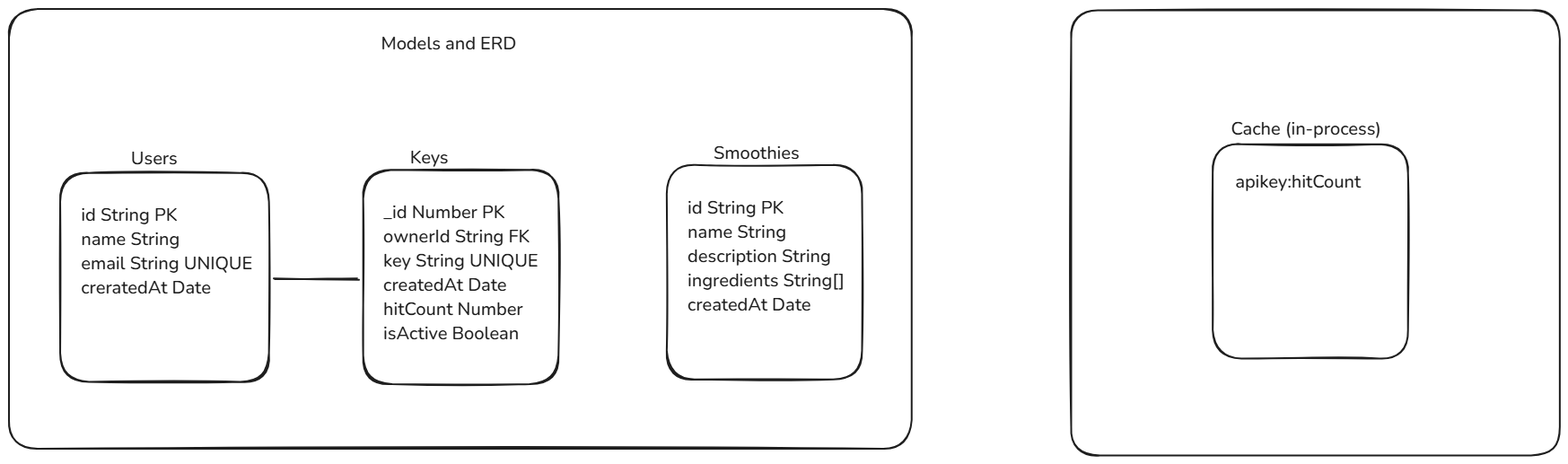
The Excalidraw diagram docs/models_and_erd.excalidraw.png in mrtnstl/smoothie-store, before a commit. Source tidied: one line per element, renumbered; positions are measured from the earlier drawing's top-left corner, leaving out a move shared by most shapes.
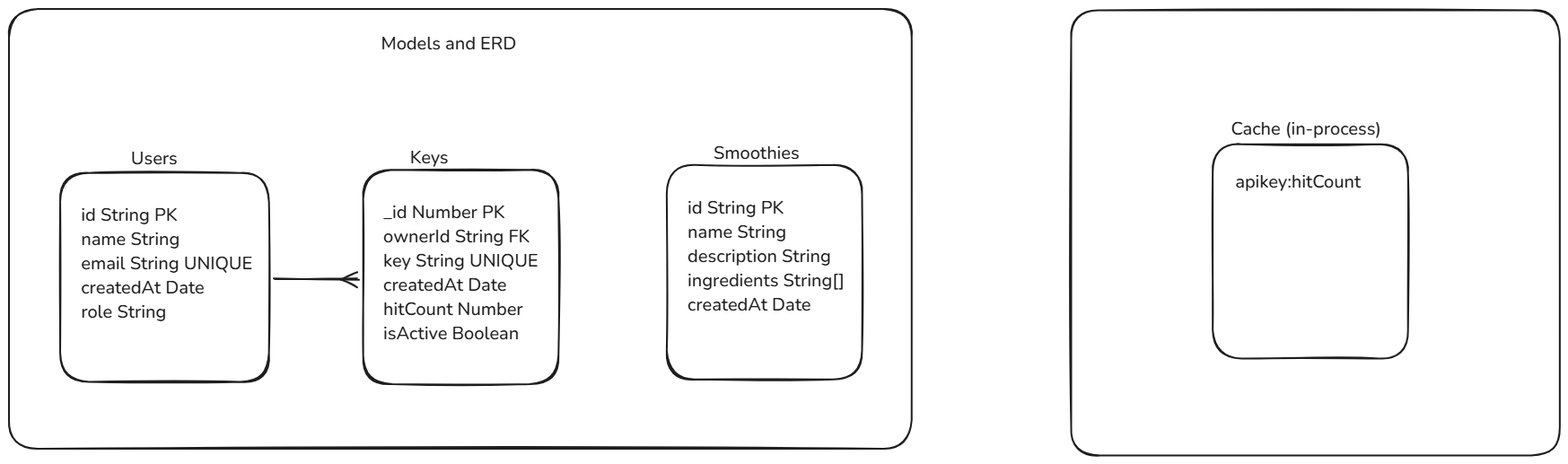
The same diagram one commit later.

Commit message:
add: role attribute to Users model and accessControlMW middleware

What changed in the source:
```diff
@@ -1,5 +1,5 @@
 {"id": 0, "type": "rectangle", "strokeColor": "#1e1e1e", "strokeWidth": 2, "roughness": 1, "round": true, "x": 57, "y": 183, "width": 233, "height": 233}
-{"id": 1, "type": "text", "text": "id String PK\nname String\nemail String UNIQUE\ncreratedAt Date", "strokeColor": "#1e1e1e", "strokeWidth": 2, "roughness": 1, "fontSize": 20, "fontFamily": 6, "x": 80, "y": 216, "width": 191, "height": 108}
+{"id": 1, "type": "text", "text": "id String PK\nname String\nemail String UNIQUE\ncreatedAt Date\nrole String", "strokeColor": "#1e1e1e", "strokeWidth": 2, "roughness": 1, "fontSize": 20, "fontFamily": 6, "x": 80, "y": 216, "width": 191, "height": 135}
 {"id": 2, "type": "rectangle", "strokeColor": "#1e1e1e", "strokeWidth": 2, "roughness": 1, "round": true, "x": 733, "y": 174, "width": 218, "height": 239}
 {"id": 3, "type": "text", "text": "id String PK\nname String\ndescription String\ningredients String[]\ncreatedAt Date", "strokeColor": "#1e1e1e", "strokeWidth": 2, "roughness": 1, "fontSize": 20, "fontFamily": 6, "x": 756, "y": 207, "width": 175, "height": 135}
 {"id": 4, "type": "text", "text": "Users", "strokeColor": "#1e1e1e", "strokeWidth": 2, "roughness": 1, "fontSize": 20, "fontFamily": 6, "x": 136, "y": 153, "width": 52, "height": 27}
@@ -9,8 +9,4 @@
 {"id": 8, "type": "rectangle", "strokeColor": "#1e1e1e", "strokeWidth": 2, "roughness": 1, "round": true, "x": 395, "y": 179, "width": 218, "height": 239}
 {"id": 9, "type": "text", "text": "_id Number PK\nownerId String FK\nkey String UNIQUE\ncreatedAt Date\nhitCount Number\nisActive Boolean", "strokeColor": "#1e1e1e", "strokeWidth": 2, "roughness": 1, "fontSize": 20, "fontFamily": 6, "x": 417, "y": 213, "width": 172, "height": 162}
 {"id": 10, "type": "text", "text": "Keys", "strokeColor": "#1e1e1e", "strokeWidth": 2, "roughness": 1, "fontSize": 20, "fontFamily": 6, "x": 447, "y": 152, "width": 43, "height": 27}
-{"id": 11, "type": "rectangle", "strokeColor": "#1e1e1e", "strokeWidth": 2, "roughness": 1, "round": true, "x": 1183, "y": 1, "width": 544, "height": 496}
-{"id": 12, "type": "text", "text": "Cache (in-process)", "strokeColor": "#1e1e1e", "strokeWidth": 2, "roughness": 1, "fontSize": 20, "fontFamily": 6, "x": 1361, "y": 120, "width": 167, "height": 27}
-{"id": 13, "type": "rectangle", "strokeColor": "#1e1e1e", "strokeWidth": 2, "roughness": 1, "round": true, "x": 1341, "y": 151, "width": 218, "height": 239}
-{"id": 14, "type": "text", "text": "apikey:hitCount", "strokeColor": "#1e1e1e", "strokeWidth": 2, "roughness": 1, "fontSize": 20, "fontFamily": 6, "x": 1366, "y": 178, "width": 140, "height": 27}
-{"id": 15, "type": "arrow", "strokeColor": "#1e1e1e", "strokeWidth": 2, "roughness": 1, "round": true, "from": 0, "to": 8, "x": 296, "y": 300, "width": 92, "height": 0, "points": [[0, 0], [92, 0]]}
+{"id": 15, "type": "arrow", "strokeColor": "#1e1e1e", "strokeWidth": 2, "roughness": 1, "endArrowhead": "crowfoot_many", "round": true, "from": 0, "to": 8, "x": 296, "y": 300, "width": 92, "height": 0, "points": [[0, 0], [92, 0]]}
```
